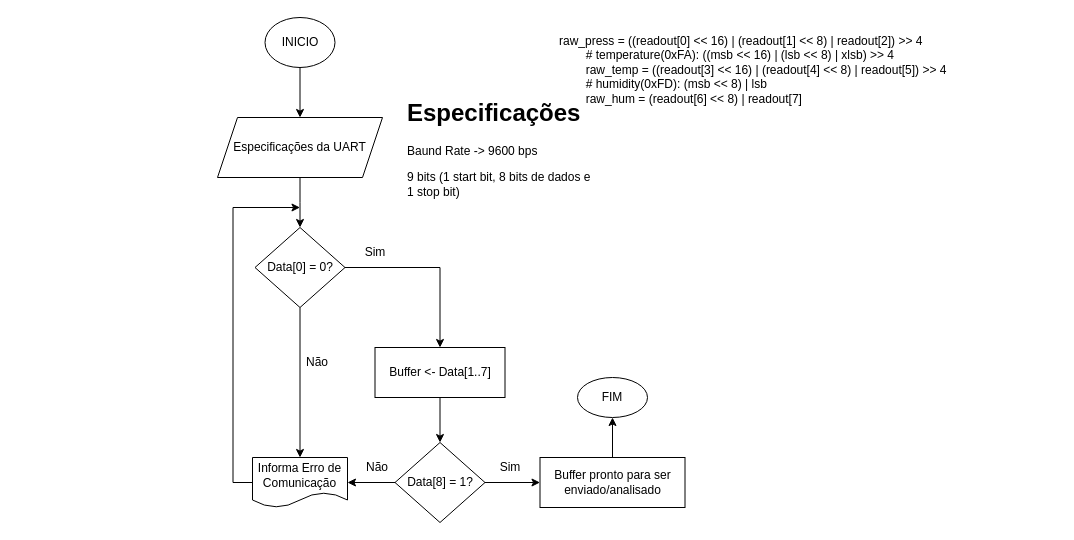
The draw.io diagram Fluxograma_I2C.drawio in Emamnuel/Desafio_Tecnico_Nuven_VSCode, before the edit. Source tidied: cells renumbered, new cells numbered last; positions are measured from the earlier drawing's top-left corner, leaving out a move shared by most shapes. Both pictures are drawn from the tidied source at 100%, with x=0, y=0 at pixel (217, 17).
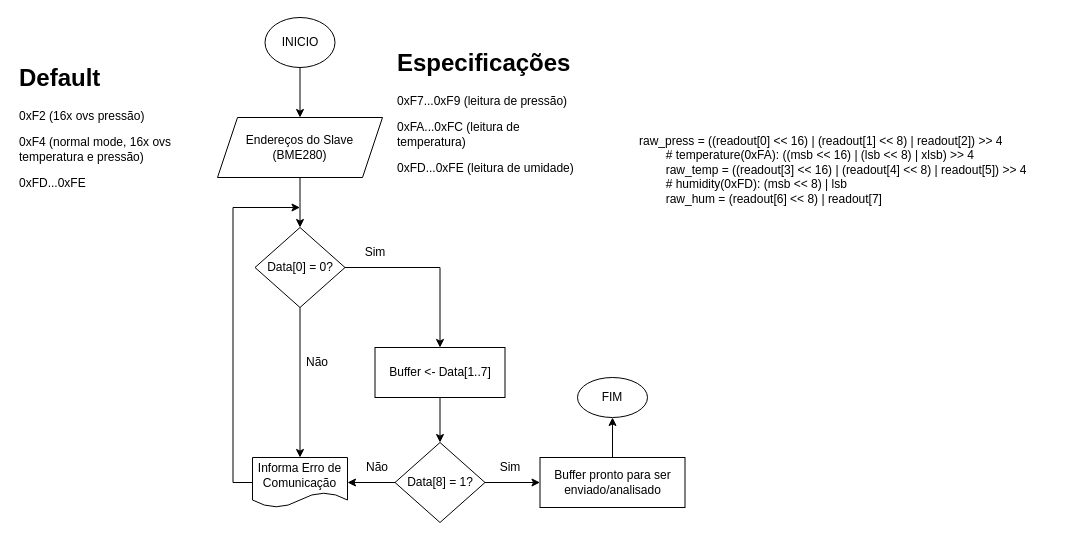
The same diagram, later.

What changed in the source:
```diff
@@
-    <mxCell id="5" value="Especificações da UART" style="shape=parallelogram;perimeter=parallelogramPerimeter;whiteSpace=wrap;html=1;fixedSize=1;" parent="1" vertex="1">
+    <mxCell id="5" value="Endereços do Slave (BME280)" style="shape=parallelogram;perimeter=parallelogramPerimeter;whiteSpace=wrap;html=1;fixedSize=1;" parent="1" vertex="1">
       <mxGeometry y="100" width="165" height="60" as="geometry" />
     </mxCell>
-    <mxCell id="6" value="&lt;h1 style=&quot;margin-top: 0px;&quot;&gt;Especificações&lt;/h1&gt;&lt;p&gt;Baund Rate -&amp;gt; 9600 bps&lt;/p&gt;&lt;p&gt;&lt;span style=&quot;background-color: initial;&quot;&gt;9 bits (1 start bit, 8 bits de dados e 1 stop bit)&lt;/span&gt;&lt;/p&gt;&lt;p&gt;&lt;span style=&quot;background-color: initial;&quot;&gt;&lt;br&gt;&lt;/span&gt;&lt;/p&gt;&lt;p&gt;&lt;br&gt;&lt;/p&gt;" style="text;html=1;whiteSpace=wrap;overflow=hidden;rounded=0;" parent="1" vertex="1">
-      <mxGeometry x="187.5" y="75" width="190" height="110" as="geometry" />
+    <mxCell id="6" value="&lt;h1 style=&quot;margin-top: 0px;&quot;&gt;Especificações&lt;/h1&gt;&lt;p&gt;&lt;span style=&quot;background-color: initial;&quot;&gt;0xF7...0xF9 (leitura de pressão)&lt;/span&gt;&lt;/p&gt;&lt;p&gt;&lt;span style=&quot;background-color: initial;&quot;&gt;0xFA...0xFC (leitura de temperatura)&lt;/span&gt;&lt;/p&gt;&lt;p&gt;&lt;span style=&quot;background-color: initial;&quot;&gt;0xFD...0xFE (leitura de umidade)&lt;/span&gt;&lt;/p&gt;&lt;p&gt;&lt;span style=&quot;background-color: initial;&quot;&gt;&lt;br&gt;&lt;/span&gt;&lt;/p&gt;&lt;p&gt;&lt;br&gt;&lt;/p&gt;" style="text;html=1;whiteSpace=wrap;overflow=hidden;rounded=0;" parent="1" vertex="1">
+      <mxGeometry x="177.5" y="25" width="190" height="135" as="geometry" />
     </mxCell>
@@
     <mxCell id="24" value="raw_press = ((readout[0] &lt;&lt; 16) | (readout[1] &lt;&lt; 8) | readout[2]) &gt;&gt; 4&#10;        # temperature(0xFA): ((msb &lt;&lt; 16) | (lsb &lt;&lt; 8) | xlsb) &gt;&gt; 4&#10;        raw_temp = ((readout[3] &lt;&lt; 16) | (readout[4] &lt;&lt; 8) | readout[5]) &gt;&gt; 4&#10;        # humidity(0xFD): (msb &lt;&lt; 8) | lsb&#10;        raw_hum = (readout[6] &lt;&lt; 8) | readout[7]" style="text;whiteSpace=wrap;" parent="1" vertex="1">
-      <mxGeometry x="340" y="10" width="420" height="100" as="geometry" />
+      <mxGeometry x="420" y="110" width="420" height="100" as="geometry" />
     </mxCell>
+    <mxCell id="25" value="&lt;h1 style=&quot;margin-top: 0px;&quot;&gt;Default&lt;/h1&gt;&lt;p&gt;0xF2 (16x ovs pressão)&lt;/p&gt;&lt;p&gt;0xF4 (normal mode, 16x ovs temperatura e pressão)&lt;/p&gt;&lt;p&gt;&lt;span style=&quot;background-color: initial;&quot;&gt;0xFD...0xFE&amp;nbsp;&lt;/span&gt;&lt;br&gt;&lt;/p&gt;&lt;p&gt;&lt;span style=&quot;background-color: initial;&quot;&gt;&lt;br&gt;&lt;/span&gt;&lt;/p&gt;&lt;p&gt;&lt;br&gt;&lt;/p&gt;" style="text;html=1;whiteSpace=wrap;overflow=hidden;rounded=0;" parent="1" vertex="1">
+      <mxGeometry x="-200" y="40" width="190" height="135" as="geometry" />
+    </mxCell>
```
